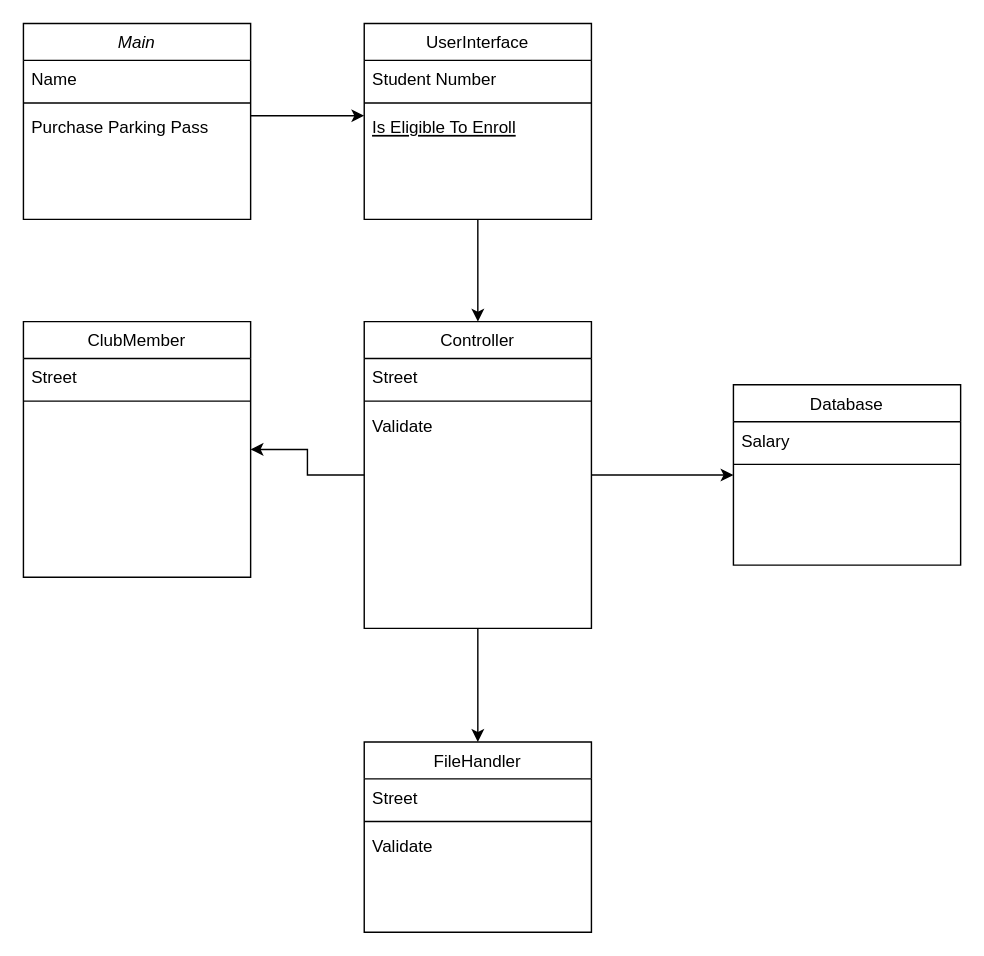
This is VirksomhedsAnalyser/Delfine Klassediagram.drawio from Mathias-Thomsen/DelfinenProject, a draw.io file, before an edit. Source tidied: cells renumbered, new cells numbered last; positions are measured from the earlier drawing's top-left corner, leaving out a move shared by most shapes. Both pictures are drawn from the tidied source at 142%, with x=0, y=0 at pixel (23, 23).
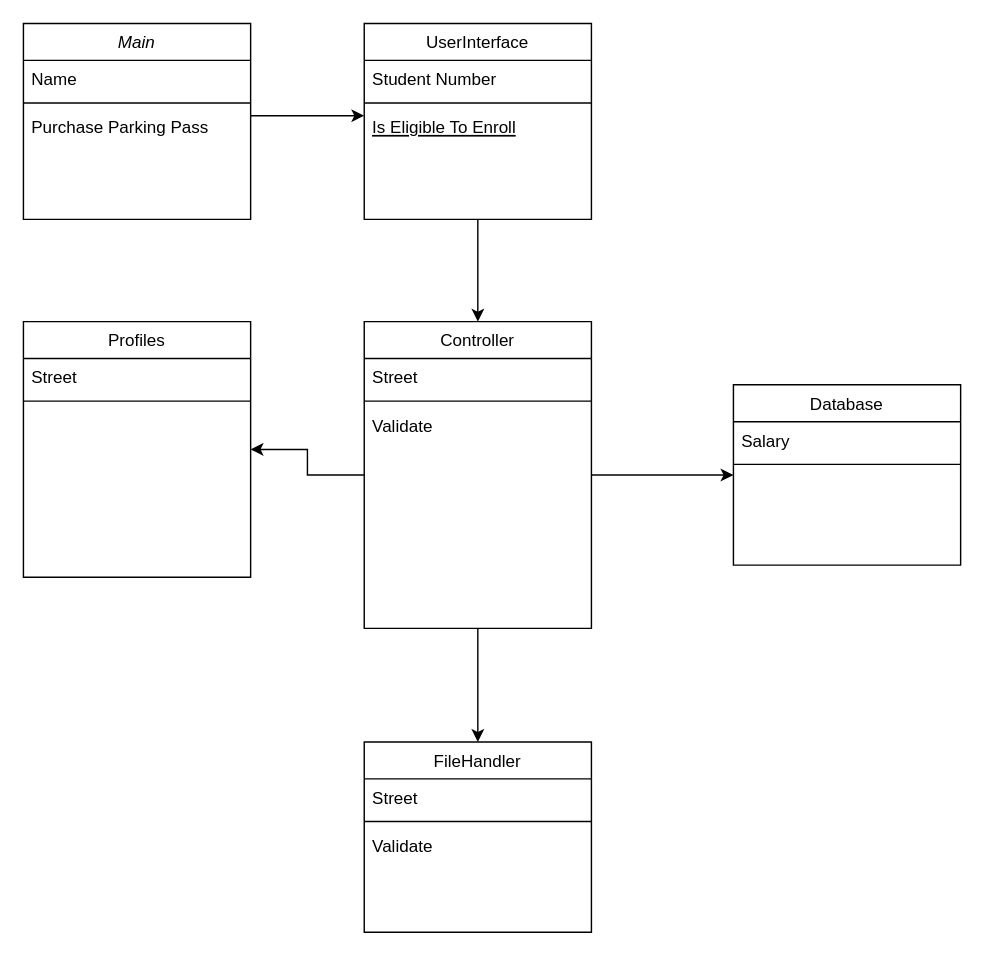
The same page after the edit.

The edit, as a diff of the source:
```diff
@@
-    <mxCell id="22" value="ClubMember" style="swimlane;fontStyle=0;align=center;verticalAlign=top;horizontal=1;startSize=26;rounded=0;shadow=0;strokeWidth=1;" parent="1" vertex="1">
+    <mxCell id="22" value="Profiles" style="swimlane;fontStyle=0;align=center;verticalAlign=top;horizontal=1;startSize=26;rounded=0;shadow=0;strokeWidth=1;" parent="1" vertex="1">
       <mxGeometry y="210" width="160" height="180" as="geometry" />
     </mxCell>
```
